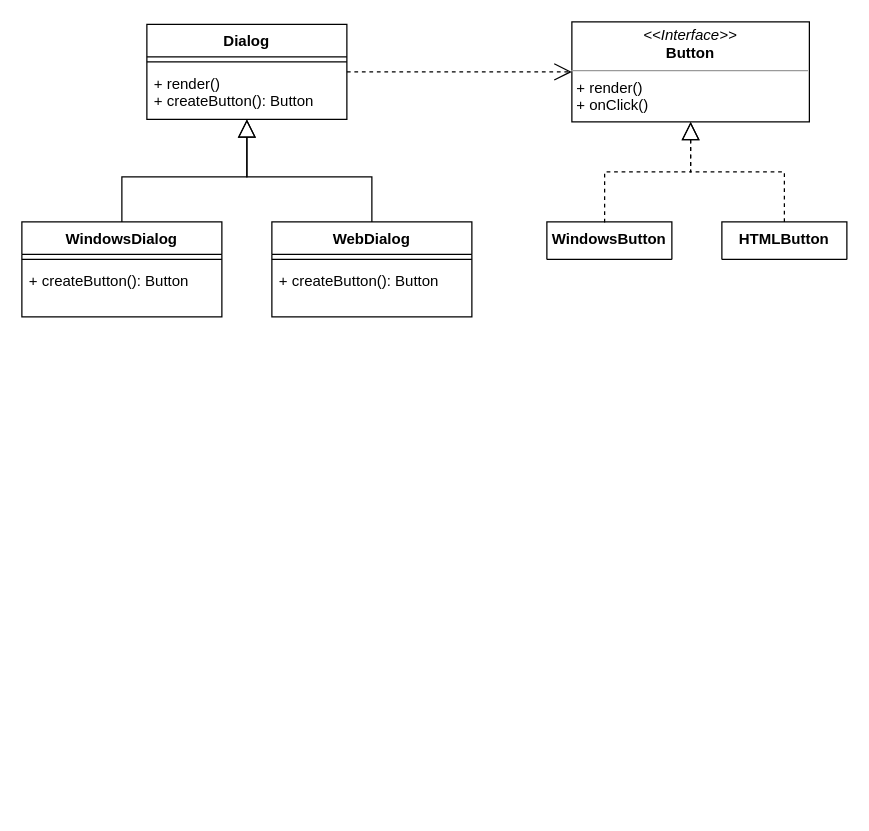
This is page "Factory Method" (1 of 5) of patrones_creacionales/Diagrama sin título.drawio from estebansalas18/Patrones-GoF, a draw.io file, before an edit. Source tidied: cells renumbered, new cells numbered last; positions are measured from the earlier drawing's top-left corner, leaving out a move shared by most shapes. Both pictures are drawn from the tidied source at 125%, with x=0, y=0 at pixel (21, 21).
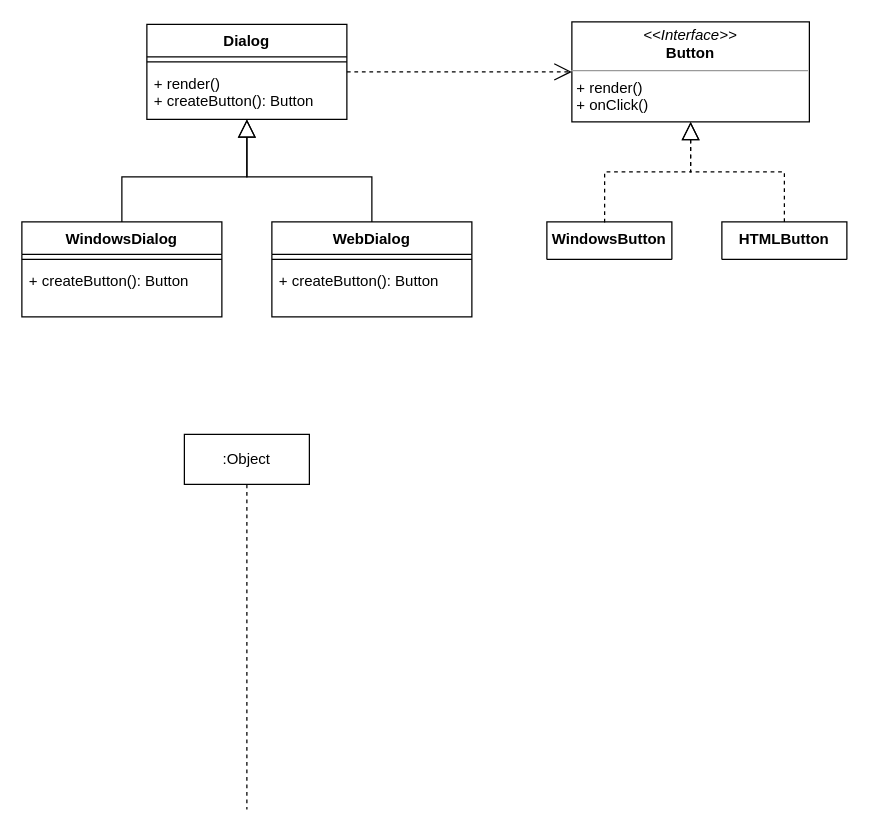
The same diagram, later.

The edit, as a diff of the source:
```diff
@@
 <mxGraphModel>
   <root>
     <mxCell id="0" />
     <mxCell id="1" parent="0" />
     <mxCell id="2" style="edgeStyle=orthogonalEdgeStyle;rounded=0;jettySize=auto;html=1;entryX=0;entryY=0.5;entryDx=0;entryDy=0;shadow=0;dashed=1;endArrow=open;endFill=0;endSize=12;" parent="1" edge="1" source="3" target="14">
       <mxGeometry relative="1" as="geometry" />
     </mxCell>
     <mxCell id="3" value="Dialog&#10;" style="swimlane;fontStyle=1;align=center;verticalAlign=top;horizontal=1;startSize=26;" parent="1" vertex="1">
       <mxGeometry x="100" y="2" width="160" height="76" as="geometry" />
     </mxCell>
     <mxCell id="4" style="line;strokeWidth=1;fillColor=none;align=left;verticalAlign=middle;spacingTop=-1;spacingLeft=3;spacingRight=3;labelPosition=right;" parent="3" vertex="1">
       <mxGeometry y="26" width="160" height="8" as="geometry" />
     </mxCell>
     <mxCell id="5" value="+ render()&#10;+ createButton(): Button&#10;" style="text;strokeColor=none;fillColor=none;align=left;verticalAlign=top;spacingLeft=4;spacingRight=4;overflow=hidden;" parent="3" vertex="1">
       <mxGeometry y="34" width="160" height="42" as="geometry" />
     </mxCell>
     <mxCell id="6" style="edgeStyle=orthogonalEdgeStyle;rounded=0;jettySize=auto;html=1;shadow=0;endArrow=block;endFill=0;strokeWidth=1;endSize=12;" parent="1" edge="1" source="7" target="3">
       <mxGeometry relative="1" as="geometry" />
     </mxCell>
     <mxCell id="7" value="WindowsDialog" style="swimlane;fontStyle=1;align=center;verticalAlign=top;horizontal=1;startSize=26;" parent="1" vertex="1">
       <mxGeometry y="160" width="160" height="76" as="geometry" />
     </mxCell>
     <mxCell id="8" style="line;strokeWidth=1;fillColor=none;align=left;verticalAlign=middle;spacingTop=-1;spacingLeft=3;spacingRight=3;labelPosition=right;" parent="7" vertex="1">
       <mxGeometry y="26" width="160" height="8" as="geometry" />
     </mxCell>
     <mxCell id="9" value="+ createButton(): Button&#10;" style="text;strokeColor=none;fillColor=none;align=left;verticalAlign=top;spacingLeft=4;spacingRight=4;overflow=hidden;" parent="7" vertex="1">
       <mxGeometry y="34" width="160" height="42" as="geometry" />
     </mxCell>
     <mxCell id="10" style="edgeStyle=orthogonalEdgeStyle;rounded=0;jettySize=auto;html=1;shadow=0;endArrow=block;endFill=0;strokeWidth=1;endSize=12;" parent="1" edge="1" source="11" target="3">
       <mxGeometry relative="1" as="geometry" />
     </mxCell>
     <mxCell id="11" value="WebDialog" style="swimlane;fontStyle=1;align=center;verticalAlign=top;horizontal=1;startSize=26;" parent="1" vertex="1">
       <mxGeometry x="200" y="160" width="160" height="76" as="geometry" />
     </mxCell>
     <mxCell id="12" style="line;strokeWidth=1;fillColor=none;align=left;verticalAlign=middle;spacingTop=-1;spacingLeft=3;spacingRight=3;labelPosition=right;" parent="11" vertex="1">
       <mxGeometry y="26" width="160" height="8" as="geometry" />
     </mxCell>
     <mxCell id="13" value="+ createButton(): Button&#10;" style="text;strokeColor=none;fillColor=none;align=left;verticalAlign=top;spacingLeft=4;spacingRight=4;overflow=hidden;" parent="11" vertex="1">
       <mxGeometry y="34" width="160" height="42" as="geometry" />
     </mxCell>
     <mxCell id="14" value="&lt;p style=&quot;margin:0px;margin-top:4px;text-align:center;&quot;&gt;&lt;i&gt;&amp;lt;&amp;lt;Interface&amp;gt;&amp;gt;&lt;/i&gt;&lt;br&gt;&lt;b&gt;Button&lt;/b&gt;&lt;/p&gt;&lt;hr size=&quot;1&quot;&gt;&lt;p style=&quot;margin:0px;margin-left:4px;&quot;&gt;+ render()&lt;/p&gt;&lt;p style=&quot;margin:0px;margin-left:4px;&quot;&gt;+ onClick()&lt;/p&gt;" style="verticalAlign=top;align=left;overflow=fill;fontSize=12;fontFamily=Helvetica;html=1;" parent="1" vertex="1">
       <mxGeometry x="440" width="190" height="80" as="geometry" />
     </mxCell>
     <mxCell id="15" value="WindowsButton" style="swimlane;fontStyle=1;align=center;verticalAlign=top;horizontal=1;startSize=110;" parent="1" vertex="1">
       <mxGeometry x="420" y="160" width="100" height="30" as="geometry" />
     </mxCell>
     <mxCell id="16" value="HTMLButton" style="swimlane;fontStyle=1;align=center;verticalAlign=top;horizontal=1;startSize=110;" parent="1" vertex="1">
       <mxGeometry x="560" y="160" width="100" height="30" as="geometry" />
     </mxCell>
     <mxCell id="17" style="endArrow=block;dashed=1;endFill=0;endSize=12;html=1;rounded=0;entryX=0.5;entryY=1;entryDx=0;entryDy=0;exitX=0.462;exitY=0.014;exitDx=0;exitDy=0;exitPerimeter=0;edgeStyle=orthogonalEdgeStyle;" parent="1" edge="1" source="15" target="14">
       <mxGeometry relative="1" as="geometry" />
     </mxCell>
     <mxCell id="18" style="endArrow=block;dashed=1;endFill=0;endSize=12;html=1;rounded=0;entryX=0.5;entryY=1;entryDx=0;entryDy=0;exitX=0.5;exitY=0;exitDx=0;exitDy=0;edgeStyle=orthogonalEdgeStyle;" parent="1" edge="1" source="16" target="14">
       <mxGeometry relative="1" as="geometry" />
     </mxCell>
+    <mxCell id="19" value=":Object" style="shape=umlLifeline;perimeter=lifelinePerimeter;whiteSpace=wrap;html=1;" parent="1" vertex="1">
+      <mxGeometry x="130" y="330" width="100" height="300" as="geometry" />
+    </mxCell>
   </root>
 </mxGraphModel>
```
